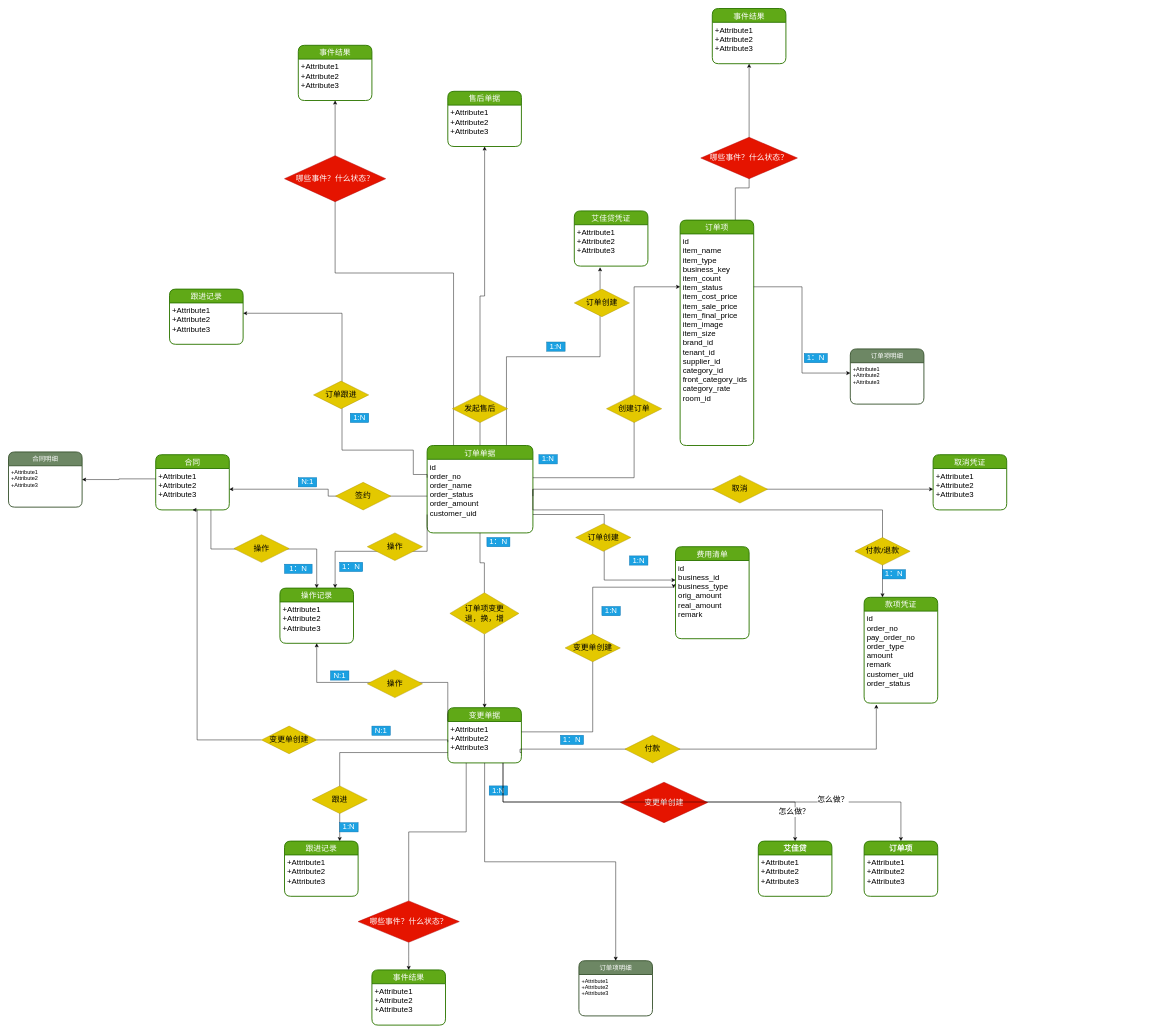
Earlier version of the draw.io diagram 平台2.0/艾佳2.0订单领域实体设计.drawio (Msimplehub/abbysun). Source tidied: cells renumbered, new cells numbered last; positions are measured from the earlier drawing's top-left corner, leaving out a move shared by most shapes. Both pictures are drawn from the tidied source at 46%, with x=0, y=0 at pixel (8, 8).
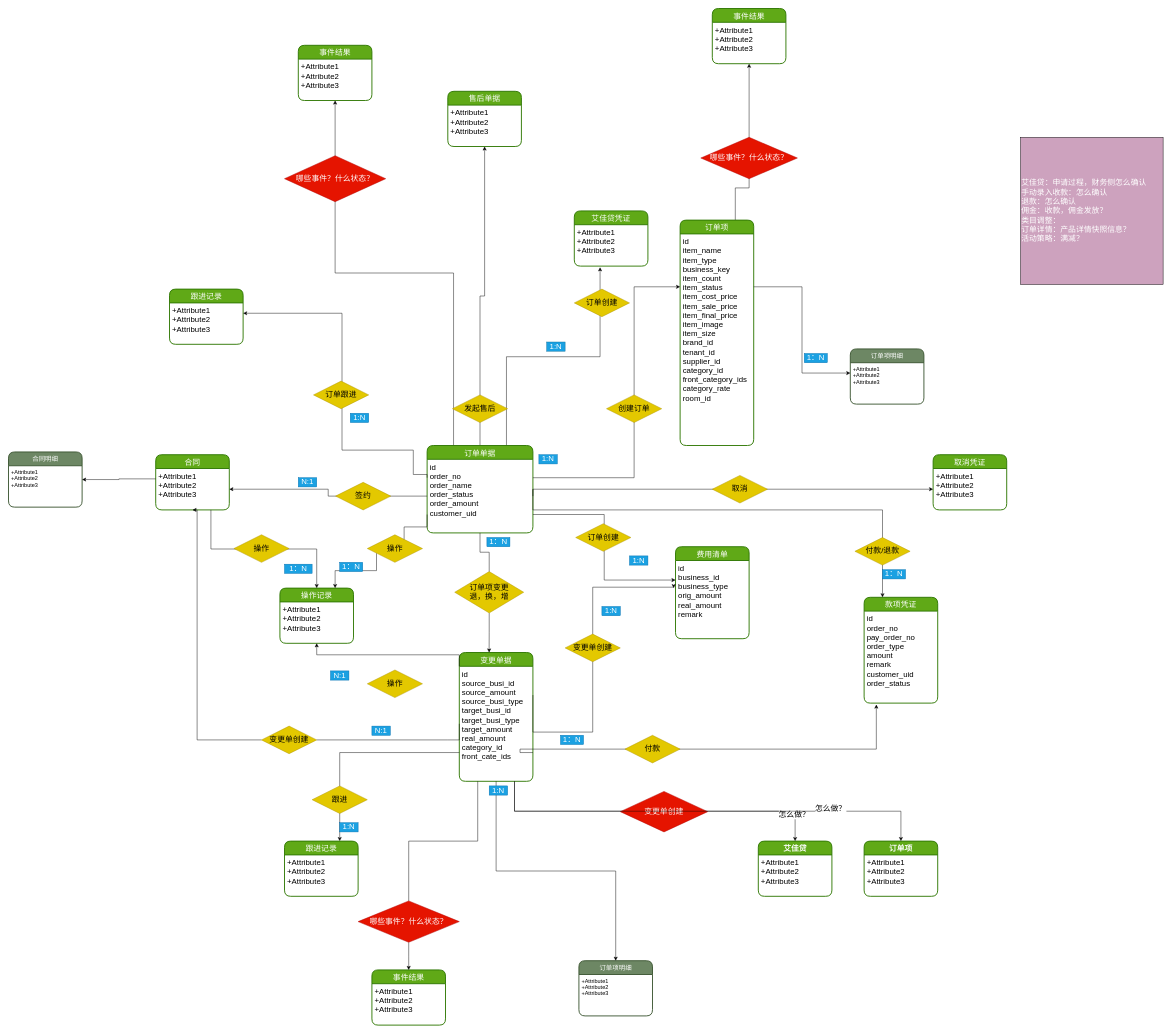
After the change.

Commit message:
更新艾佳2.0订单领域实体设计.drawio

The change refers to these unchanged cells:
```xml
<mxCell id="6" value="id&#10;order_no&#10;order_name&#10;order_status&#10;order_amount&#10;customer_uid&#10;" style="align=left;strokeColor=none;fillColor=none;spacingLeft=4;fontSize=17;verticalAlign=top;" parent="5" vertex="1">
  <mxGeometry y="30" width="230" height="160" as="geometry" />
</mxCell>
<mxCell id="66" value="操作记录" style="swimlane;horizontal=1;startSize=30;rounded=1;fontSize=17;fontStyle=0;strokeWidth=2;shadow=0;dashed=0;align=center;fillColor=#60a917;strokeColor=#2D7600;fontColor=#ffffff;" parent="1" vertex="1">
  <mxGeometry x="590" y="1260" width="160" height="120" as="geometry" />
</mxCell>
```

The edit, as a diff of the source:
```diff
@@
     <mxCell id="12" value="变更单据" style="swimlane;horizontal=1;startSize=30;rounded=1;fontSize=17;fontStyle=0;strokeWidth=2;shadow=0;dashed=0;align=center;fillColor=#60a917;strokeColor=#2D7600;fontColor=#ffffff;" parent="1" vertex="1">
-      <mxGeometry x="955" y="1520" width="160" height="120" as="geometry" />
+      <mxGeometry x="980" y="1400" width="160" height="280" as="geometry" />
     </mxCell>
-    <mxCell id="13" value="+Attribute1&#10;+Attribute2&#10;+Attribute3" style="align=left;strokeColor=none;fillColor=none;spacingLeft=4;fontSize=17;verticalAlign=top;" parent="12" vertex="1">
-      <mxGeometry y="30" width="160" height="90" as="geometry" />
+    <mxCell id="13" value="id&#10;source_busi_id&#10;source_amount&#10;source_busi_type&#10;target_busi_id&#10;target_busi_type&#10;target_amount&#10;real_amount&#10;category_id&#10;front_cate_ids&#10;&#10;" style="align=left;strokeColor=none;fillColor=none;spacingLeft=4;fontSize=17;verticalAlign=top;" parent="12" vertex="1">
+      <mxGeometry y="30" width="160" height="250" as="geometry" />
     </mxCell>
@@
-    <mxCell id="16" style="edgeStyle=orthogonalEdgeStyle;rounded=0;jettySize=auto;html=1;exitX=0.5;exitY=1;exitDx=0;exitDy=0;fontSize=17;startArrow=none;" parent="1" edge="1" source="23" target="12">
+    <mxCell id="16" style="edgeStyle=orthogonalEdgeStyle;rounded=0;jettySize=auto;html=1;exitX=0.5;exitY=1;exitDx=0;exitDy=0;fontSize=17;startArrow=none;entryX=0.405;entryY=0;entryDx=0;entryDy=0;entryPerimeter=0;" parent="1" edge="1" source="23" target="12">
       <mxGeometry relative="1" as="geometry" />
     </mxCell>
@@
     <mxCell id="23" value="订单项变更&lt;br&gt;退，换，增" style="shape=rhombus;perimeter=rhombusPerimeter;whiteSpace=wrap;html=1;align=center;fontSize=17;fillColor=#e3c800;strokeColor=#B09500;fontColor=#000000;" parent="1" vertex="1">
-      <mxGeometry x="959.5" y="1270" width="150" height="90" as="geometry" />
+      <mxGeometry x="970" y="1224" width="150" height="90" as="geometry" />
     </mxCell>
@@
-    <mxCell id="68" style="edgeStyle=elbowEdgeStyle;rounded=0;jettySize=auto;elbow=vertical;html=1;exitX=0;exitY=0.75;exitDx=0;exitDy=0;entryX=0.75;entryY=0;entryDx=0;entryDy=0;fontSize=17;" parent="1" edge="1" source="6" target="66">
+    <mxCell id="68" style="edgeStyle=elbowEdgeStyle;rounded=0;jettySize=auto;elbow=vertical;html=1;exitX=0;exitY=0.75;exitDx=0;exitDy=0;entryX=0.75;entryY=0;entryDx=0;entryDy=0;fontSize=17;startArrow=none;" parent="1" edge="1" source="72" target="66">
       <mxGeometry relative="1" as="geometry" />
     </mxCell>
@@
-    <mxCell id="72" value="操作" style="shape=rhombus;perimeter=rhombusPerimeter;whiteSpace=wrap;html=1;align=center;fontSize=17;fillColor=#e3c800;strokeColor=#B09500;fontColor=#000000;" parent="1" vertex="1">
-      <mxGeometry x="780" y="1140" width="120" height="60" as="geometry" />
-    </mxCell>
@@
     <mxCell id="85" value="变更单创建" style="shape=rhombus;perimeter=rhombusPerimeter;whiteSpace=wrap;html=1;align=center;fontSize=17;fillColor=#e51400;strokeColor=#B20000;fontColor=#ffffff;" parent="1" vertex="1">
-      <mxGeometry x="1330" y="1682" width="190" height="88" as="geometry" />
+      <mxGeometry x="1330" y="1702" width="190" height="88" as="geometry" />
     </mxCell>
@@
+    <mxCell id="107" value="艾佳贷：申请过程，财务侧怎么确认&lt;br&gt;手动录入收款：怎么确认&lt;br&gt;退款：怎么确认&lt;br&gt;佣金：收款，佣金发放？&lt;br&gt;类目调整：&lt;br&gt;订单详情：产品详情快照信息？&lt;br&gt;活动策略：满减？" style="whiteSpace=wrap;html=1;fontSize=17;fontColor=#FFFFFF;align=left;fillColor=#CDA2BE;" parent="1" vertex="1">
+      <mxGeometry x="2200" y="280" width="310" height="320" as="geometry" />
+    </mxCell>
+    <mxCell id="72" value="操作" style="shape=rhombus;perimeter=rhombusPerimeter;whiteSpace=wrap;html=1;align=center;fontSize=17;fillColor=#e3c800;strokeColor=#B09500;fontColor=#000000;" parent="1" vertex="1">
+      <mxGeometry x="780" y="1144" width="120" height="60" as="geometry" />
+    </mxCell>
+    <mxCell id="108" style="edgeStyle=elbowEdgeStyle;rounded=0;jettySize=auto;elbow=vertical;html=1;exitX=0;exitY=0.75;exitDx=0;exitDy=0;entryX=0.75;entryY=0;entryDx=0;entryDy=0;fontSize=17;endArrow=none;" parent="1" edge="1" source="6" target="72">
+      <mxGeometry relative="1" as="geometry" />
+    </mxCell>
```
